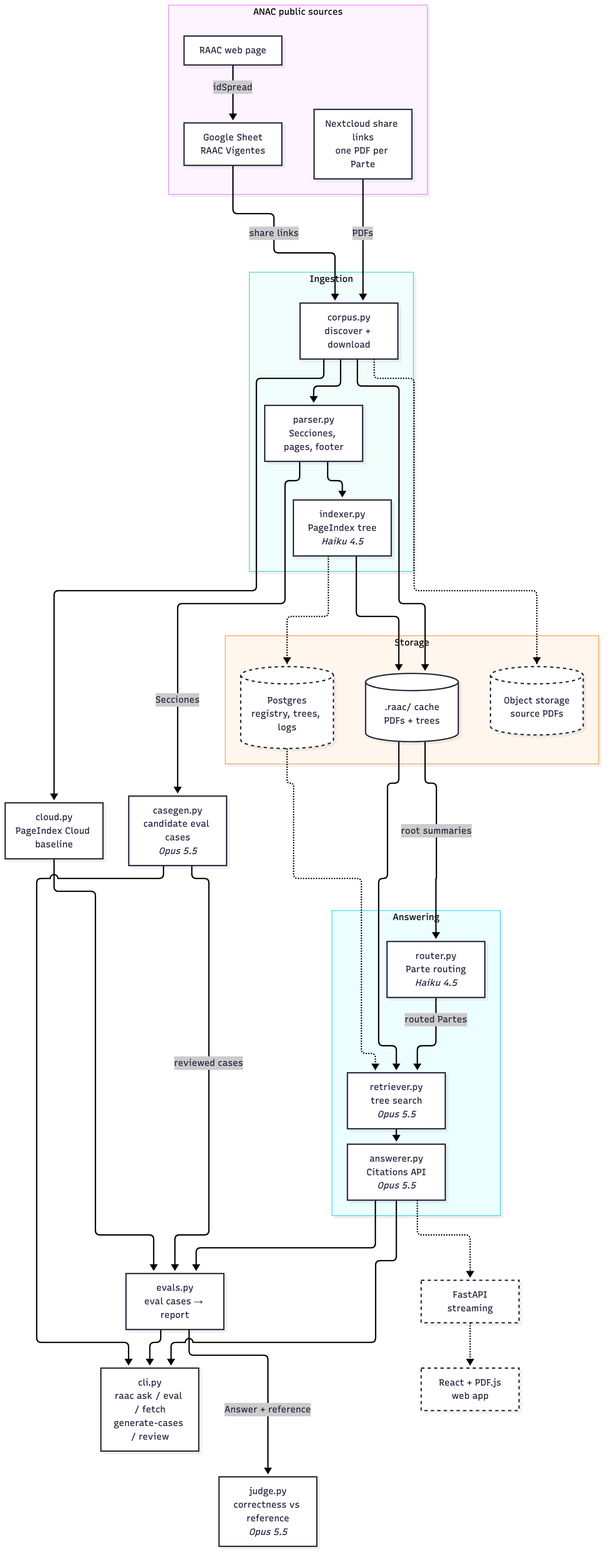
Before: docs/diagrams/architecture.png, a diagram exported from Mermaid (Guernik/raac-rag). Its source is kept beside it as docs/diagrams/architecture.mmd.
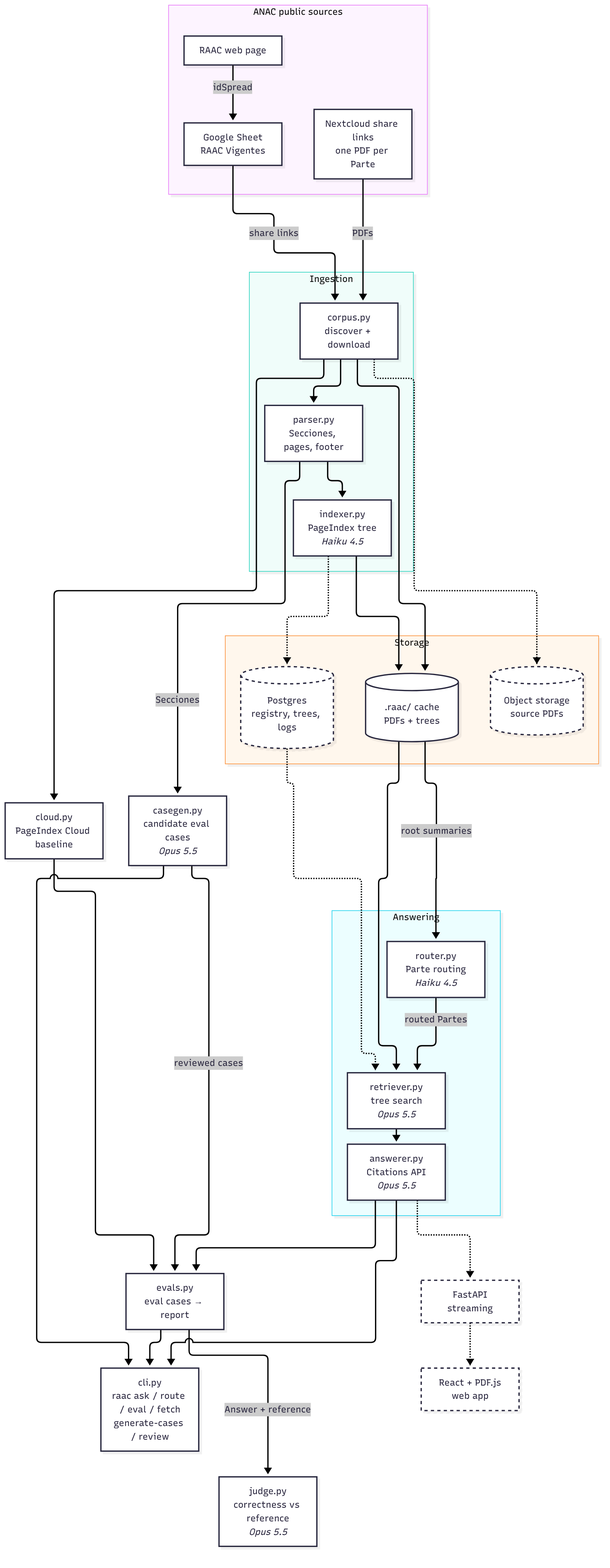
The same file after the commit.

Commit message:
docs: catch README and diagrams up with ADR 0003/0004 and the CLI

The edit, as a diff of the source:
```diff
@@ -28,7 +28,7 @@
     casegen["casegen.py<br/>candidate eval cases<br/><i>Opus 5.5</i>"]
     cloud["cloud.py<br/>PageIndex Cloud baseline"]
 
-    cli["cli.py<br/>raac ask / eval / fetch<br/>generate-cases / review"]
+    cli["cli.py<br/>raac ask / route / eval / fetch<br/>generate-cases / review"]
     api["FastAPI<br/>streaming"]
     web["React + PDF.js<br/>web app"]
 
```
